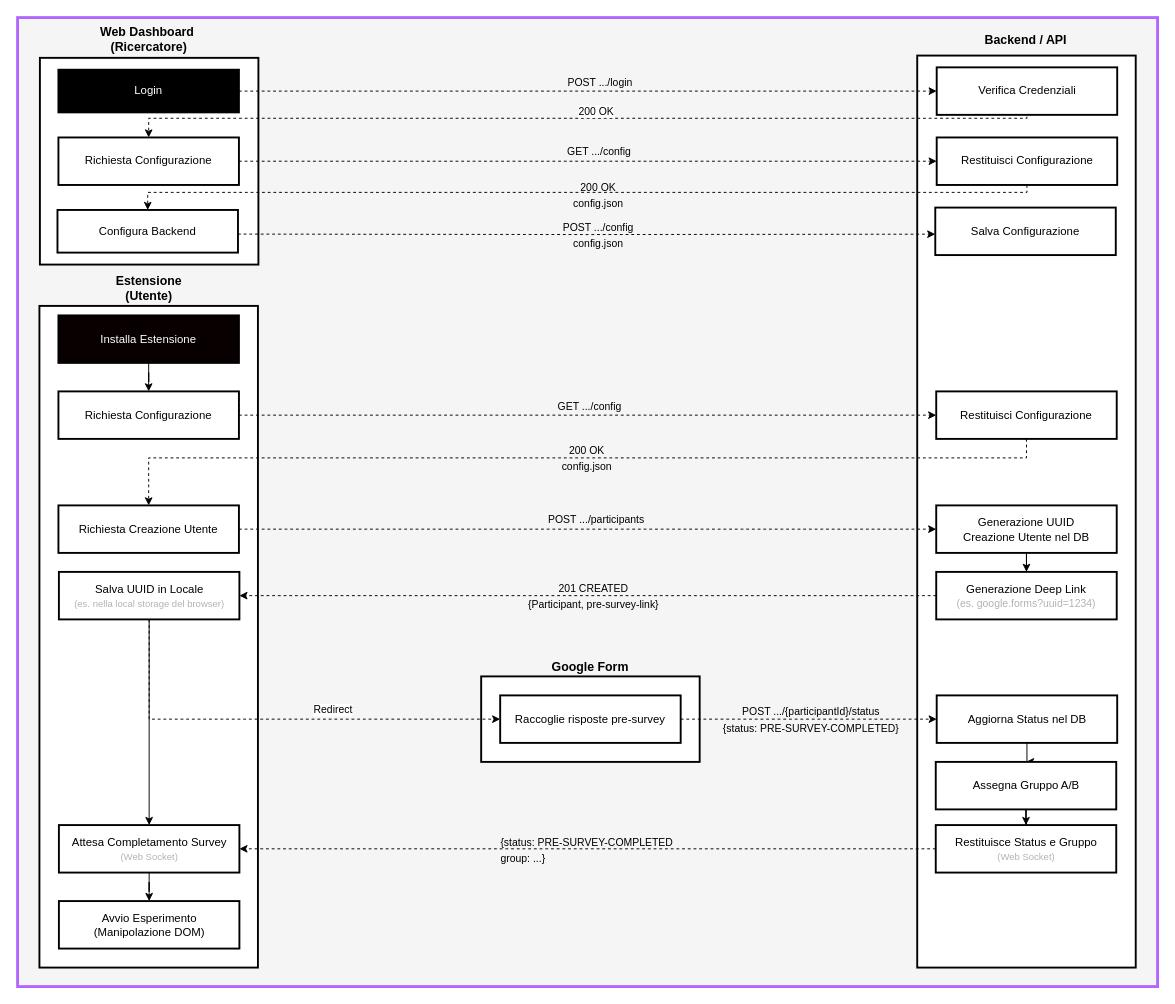
Above: diagrams/enrollment_flow.drawio in giamm025/iBEARer (draw.io), before the change. Source tidied: cells renumbered, new cells numbered last; positions are measured from the earlier drawing's top-left corner, leaving out a move shared by most shapes. Both pictures are drawn from the tidied source at 95%, with x=0, y=0 at pixel (17, 17).
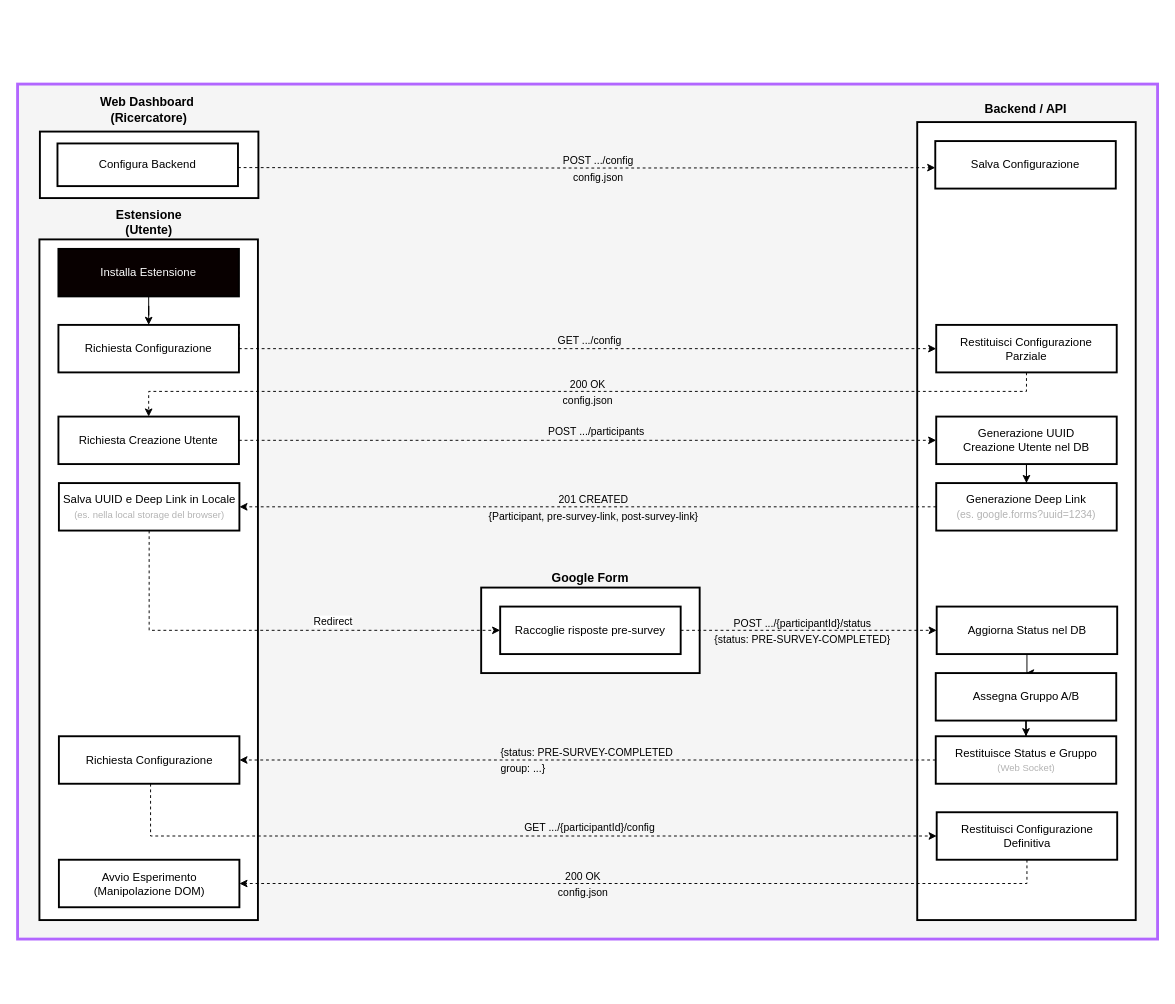
The same page after the edit.

Commit message (it also covers changes not shown here):
DIAG: Modificati leggermente i diagrammi

The edit, as a diff of the source:
```diff
@@
     <mxCell id="2" style="rounded=0;whiteSpace=wrap;html=1;fillColor=#f5f5f5;fontColor=#333333;strokeColor=#B266FF;strokeWidth=3;" parent="1" vertex="1">
-      <mxGeometry width="1200" height="1020" as="geometry" />
+      <mxGeometry y="70" width="1200" height="900" as="geometry" />
     </mxCell>
     <mxCell id="3" style="whiteSpace=wrap;strokeWidth=2;" parent="1" vertex="1">
-      <mxGeometry x="23.5" y="42.4" width="230" height="217.6" as="geometry" />
+      <mxGeometry x="23.5" y="120" width="230" height="70" as="geometry" />
     </mxCell>
     <mxCell id="4" value="&lt;font style=&quot;font-size: 13px;&quot;&gt;&lt;b&gt;Web Dashboard&amp;nbsp;&lt;br&gt;(Ricercatore)&lt;/b&gt;&lt;/font&gt;" style="text;html=1;whiteSpace=wrap;strokeColor=none;fillColor=none;align=center;verticalAlign=middle;rounded=0;" parent="1" vertex="1">
-      <mxGeometry x="65.5" y="10" width="145" height="26.9" as="geometry" />
+      <mxGeometry x="65.5" y="83.1" width="145" height="26.9" as="geometry" />
     </mxCell>
     <mxCell id="5" value="Configura Backend" style="whiteSpace=wrap;strokeWidth=2;" parent="1" vertex="1">
-      <mxGeometry x="42" y="202.5" width="190" height="44.9" as="geometry" />
+      <mxGeometry x="42" y="132.5" width="190" height="44.9" as="geometry" />
     </mxCell>
     <mxCell id="6" style="whiteSpace=wrap;strokeWidth=2;" parent="1" vertex="1">
-      <mxGeometry x="947" y="40" width="230" height="960" as="geometry" />
+      <mxGeometry x="947" y="110" width="230" height="840" as="geometry" />
     </mxCell>
@@
     <mxCell id="9" value="Aggiorna Status nel DB" style="whiteSpace=wrap;strokeWidth=2;" parent="1" vertex="1">
-      <mxGeometry x="967.5" y="713.5" width="190" height="50" as="geometry" />
+      <mxGeometry x="967.5" y="620" width="190" height="50" as="geometry" />
     </mxCell>
-    <mxCell id="10" value="Restituisci Configurazione" style="whiteSpace=wrap;strokeWidth=2;" parent="1" vertex="1">
-      <mxGeometry x="967" y="393.5" width="190" height="50" as="geometry" />
+    <mxCell id="10" value="Restituisci Configurazione&#10;Parziale" style="whiteSpace=wrap;strokeWidth=2;" parent="1" vertex="1">
+      <mxGeometry x="967" y="323.5" width="190" height="50" as="geometry" />
     </mxCell>
     <mxCell id="11" value="&lt;font style=&quot;font-size: 13px;&quot;&gt;&lt;b&gt;Backend / API&lt;/b&gt;&lt;/font&gt;" style="text;html=1;whiteSpace=wrap;strokeColor=none;fillColor=none;align=center;verticalAlign=middle;rounded=0;" parent="1" vertex="1">
-      <mxGeometry x="1012.8" y="10" width="96.5" height="25.4" as="geometry" />
+      <mxGeometry x="1012.8" y="83.1" width="96.5" height="25.4" as="geometry" />
     </mxCell>
     <mxCell id="12" value="Salva Configurazione" style="whiteSpace=wrap;strokeWidth=2;" parent="1" vertex="1">
-      <mxGeometry x="966" y="200" width="190" height="50" as="geometry" />
+      <mxGeometry x="966" y="130" width="190" height="50" as="geometry" />
     </mxCell>
     <mxCell id="13" style="whiteSpace=wrap;strokeWidth=2;" parent="1" vertex="1">
-      <mxGeometry x="23" y="303.5" width="230" height="696.5" as="geometry" />
+      <mxGeometry x="23" y="233.5" width="230" height="716.5" as="geometry" />
     </mxCell>
@@
     <mxCell id="15" value="Installa Estensione" style="whiteSpace=wrap;strokeWidth=2;fillColor=#080000;fontColor=#FFFFFF;" parent="1" vertex="1">
-      <mxGeometry x="43" y="313.5" width="190" height="50" as="geometry" />
+      <mxGeometry x="43" y="243.5" width="190" height="50" as="geometry" />
     </mxCell>
     <mxCell id="16" value="&lt;b&gt;&lt;font style=&quot;font-size: 13px;&quot;&gt;Estensione &lt;br&gt;(Utente)&lt;/font&gt;&lt;/b&gt;" style="text;html=1;whiteSpace=wrap;strokeColor=none;fillColor=none;align=center;verticalAlign=middle;rounded=0;" parent="1" vertex="1">
-      <mxGeometry x="65.5" y="270" width="145" height="30" as="geometry" />
+      <mxGeometry x="65.5" y="200" width="145" height="30" as="geometry" />
     </mxCell>
     <mxCell id="17" value="Richiesta Configurazione" style="whiteSpace=wrap;strokeWidth=2;" parent="1" vertex="1">
-      <mxGeometry x="43" y="393.5" width="190" height="50" as="geometry" />
+      <mxGeometry x="43" y="323.5" width="190" height="50" as="geometry" />
     </mxCell>
-    <mxCell id="18" style="edgeStyle=orthogonalEdgeStyle;rounded=0;jettySize=auto;html=1;entryX=0.5;entryY=0;entryDx=0;entryDy=0;exitX=0.5;exitY=1;exitDx=0;exitDy=0;" parent="1" edge="1" source="19" target="21">
-      <mxGeometry relative="1" as="geometry" />
-    </mxCell>
-    <mxCell id="19" value="Salva UUID in Locale&lt;br&gt;&lt;font style=&quot;font-size: 10px; color: rgb(179, 179, 179);&quot;&gt;(es. nella local storage del browser)&lt;/font&gt;" style="whiteSpace=wrap;strokeWidth=2;html=1;" parent="1" vertex="1">
-      <mxGeometry x="43.5" y="583.5" width="190" height="50" as="geometry" />
+    <mxCell id="19" value="Salva UUID e Deep Link in Locale&lt;br&gt;&lt;font style=&quot;font-size: 10px; color: rgb(179, 179, 179);&quot;&gt;(es. nella local storage del browser)&lt;/font&gt;" style="whiteSpace=wrap;strokeWidth=2;html=1;" parent="1" vertex="1">
+      <mxGeometry x="43.5" y="490" width="190" height="50" as="geometry" />
     </mxCell>
-    <mxCell id="20" style="edgeStyle=orthogonalEdgeStyle;rounded=0;jettySize=auto;html=1;entryX=0.5;entryY=0;entryDx=0;entryDy=0;" parent="1" edge="1" source="21" target="22">
-      <mxGeometry relative="1" as="geometry" />
-    </mxCell>
-    <mxCell id="21" value="Attesa Completamento Survey&lt;br&gt;&lt;font style=&quot;font-size: 10px; color: rgb(179, 179, 179);&quot;&gt;(Web Socket)&lt;/font&gt;" style="whiteSpace=wrap;strokeWidth=2;html=1;" parent="1" vertex="1">
-      <mxGeometry x="43.5" y="850" width="190" height="50" as="geometry" />
+    <mxCell id="21" value="Richiesta Configurazione" style="whiteSpace=wrap;strokeWidth=2;html=1;" parent="1" vertex="1">
+      <mxGeometry x="43.5" y="756.5" width="190" height="50" as="geometry" />
     </mxCell>
     <mxCell id="22" value="Avvio Esperimento&#10;(Manipolazione DOM)" style="whiteSpace=wrap;strokeWidth=2;" parent="1" vertex="1">
-      <mxGeometry x="43.5" y="930" width="190" height="50" as="geometry" />
+      <mxGeometry x="43.5" y="886.5" width="190" height="50" as="geometry" />
     </mxCell>
     <mxCell id="23" style="whiteSpace=wrap;strokeWidth=2;" parent="1" vertex="1">
-      <mxGeometry x="488" y="693.5" width="230" height="90" as="geometry" />
+      <mxGeometry x="488" y="600" width="230" height="90" as="geometry" />
     </mxCell>
     <mxCell id="24" value="&lt;span style=&quot;color: rgb(0, 0, 0); font-family: Helvetica; font-style: normal; font-variant-ligatures: normal; font-variant-caps: normal; letter-spacing: normal; orphans: 2; text-align: center; text-indent: 0px; text-transform: none; widows: 2; word-spacing: 0px; -webkit-text-stroke-width: 0px; white-space: normal; text-decoration-thickness: initial; text-decoration-style: initial; text-decoration-color: initial; float: none; display: inline !important;&quot;&gt;&lt;b style=&quot;&quot;&gt;&lt;font style=&quot;font-size: 13px;&quot;&gt;Google Form&lt;/font&gt;&lt;/b&gt;&lt;/span&gt;" style="text;html=1;whiteSpace=wrap;strokeColor=none;fillColor=none;align=center;verticalAlign=middle;rounded=0;labelBackgroundColor=none;" parent="1" vertex="1">
-      <mxGeometry x="549.2" y="670.1" width="107.6" height="26.5" as="geometry" />
+      <mxGeometry x="549.2" y="576.5" width="107.6" height="26.5" as="geometry" />
     </mxCell>
@@
     <mxCell id="26" value="Raccoglie risposte pre-survey" style="whiteSpace=wrap;strokeWidth=2;" parent="1" vertex="1">
-      <mxGeometry x="508" y="713.5" width="190" height="50" as="geometry" />
+      <mxGeometry x="508" y="620" width="190" height="50" as="geometry" />
     </mxCell>
     <mxCell id="27" style="edgeStyle=orthogonalEdgeStyle;rounded=0;jettySize=auto;html=1;entryX=0;entryY=0.5;entryDx=0;entryDy=0;exitX=0.5;exitY=1;exitDx=0;exitDy=0;dashed=1;" parent="1" edge="1" source="19" target="26">
       <mxGeometry relative="1" as="geometry">
         <Array as="points">
-          <mxPoint x="139" y="738.5" />
+          <mxPoint x="139" y="645" />
         </Array>
       </mxGeometry>
     </mxCell>
@@
     <mxCell id="29" style="edgeStyle=orthogonalEdgeStyle;rounded=0;jettySize=auto;html=1;entryX=0;entryY=0.5;entryDx=0;entryDy=0;dashed=1;" parent="1" edge="1" target="10">
       <mxGeometry relative="1" as="geometry">
-        <mxPoint x="233" y="394.5" as="sourcePoint" />
+        <mxPoint x="233" y="324.5" as="sourcePoint" />
         <Array as="points">
-          <mxPoint x="233" y="418.5" />
+          <mxPoint x="233" y="348.5" />
         </Array>
       </mxGeometry>
     </mxCell>
@@
     <mxCell id="31" style="edgeStyle=orthogonalEdgeStyle;rounded=0;jettySize=auto;html=1;entryX=0.5;entryY=0;entryDx=0;entryDy=0;dashed=1;" parent="1" edge="1" source="10" target="35">
       <mxGeometry relative="1" as="geometry">
         <Array as="points">
-          <mxPoint x="1062" y="463.5" />
-          <mxPoint x="138" y="463.5" />
+          <mxPoint x="1062" y="393.5" />
+          <mxPoint x="138" y="393.5" />
         </Array>
       </mxGeometry>
     </mxCell>
     <mxCell id="32" value="&lt;div style=&quot;line-height: 150%;&quot;&gt;200 OK&lt;br&gt;config.json&lt;/div&gt;" style="edgeLabel;html=1;align=center;verticalAlign=middle;labelBackgroundColor=none;" parent="31" vertex="1">
       <mxGeometry x="0.8" y="-1" relative="1" as="geometry">
-        <mxPoint x="411" y="1" as="offset" />
+        <mxPoint x="390" y="1" as="offset" />
       </mxGeometry>
     </mxCell>
@@
     <mxCell id="35" value="Richiesta Creazione Utente" style="whiteSpace=wrap;strokeWidth=2;" parent="1" vertex="1">
-      <mxGeometry x="43" y="513.5" width="190" height="50" as="geometry" />
+      <mxGeometry x="43" y="420" width="190" height="50" as="geometry" />
     </mxCell>
     <mxCell id="36" style="edgeStyle=orthogonalEdgeStyle;rounded=0;jettySize=auto;html=1;entryX=1;entryY=0.5;entryDx=0;entryDy=0;exitX=0;exitY=0.5;exitDx=0;exitDy=0;dashed=1;" parent="1" edge="1" source="40" target="19">
       <mxGeometry relative="1" as="geometry">
         <Array as="points">
-          <mxPoint x="953" y="608.5" />
-          <mxPoint x="953" y="608.5" />
+          <mxPoint x="953" y="515" />
+          <mxPoint x="953" y="515" />
         </Array>
       </mxGeometry>
     </mxCell>
@@
     <mxCell id="38" value="Generazione UUID&#10;Creazione Utente nel DB" style="whiteSpace=wrap;strokeWidth=2;" parent="1" vertex="1">
-      <mxGeometry x="967" y="513.5" width="190" height="50" as="geometry" />
+      <mxGeometry x="967" y="420" width="190" height="50" as="geometry" />
     </mxCell>
-    <mxCell id="39" value="&lt;div style=&quot;line-height: 150%;&quot;&gt;201 CREATED&lt;br&gt;{Participant, pre-survey-link}&lt;/div&gt;" style="edgeLabel;html=1;align=center;verticalAlign=middle;labelBackgroundColor=none;" parent="1" vertex="1">
-      <mxGeometry x="610" y="608.5" as="geometry">
+    <mxCell id="39" value="&lt;div style=&quot;line-height: 150%;&quot;&gt;201 CREATED&lt;br&gt;{Participant, pre-survey-link, post-survey-link}&lt;/div&gt;" style="edgeLabel;html=1;align=center;verticalAlign=middle;labelBackgroundColor=none;" parent="1" vertex="1">
+      <mxGeometry x="610" y="515" as="geometry">
         <mxPoint x="-5" as="offset" />
       </mxGeometry>
     </mxCell>
     <mxCell id="40" value="Generazione Deep Link&lt;br&gt;&lt;font style=&quot;color: rgb(179, 179, 179); font-size: 11px;&quot;&gt;(es. google.forms?uuid=1234)&lt;/font&gt;" style="whiteSpace=wrap;strokeWidth=2;html=1;" parent="1" vertex="1">
-      <mxGeometry x="967" y="583.5" width="190" height="50" as="geometry" />
+      <mxGeometry x="967" y="490" width="190" height="50" as="geometry" />
     </mxCell>
     <mxCell id="41" value="&lt;div style=&quot;line-height: 150%;&quot;&gt;POST .../{participantId}/status&lt;br&gt;{status: PRE-SURVEY-COMPLETED}&lt;/div&gt;" style="edgeLabel;html=1;align=center;verticalAlign=middle;labelBackgroundColor=none;" parent="1" vertex="1">
-      <mxGeometry x="839.5" y="738.5" as="geometry">
+      <mxGeometry x="830" y="645" as="geometry">
         <mxPoint x="-5" as="offset" />
       </mxGeometry>
     </mxCell>
@@
     <mxCell id="43" value="Restituisce Status e Gruppo&lt;br&gt;&lt;font style=&quot;font-size: 10px; color: rgb(179, 179, 179);&quot;&gt;(Web Socket)&lt;/font&gt;" style="whiteSpace=wrap;strokeWidth=2;html=1;" parent="1" vertex="1">
-      <mxGeometry x="966.5" y="850" width="190" height="50" as="geometry" />
+      <mxGeometry x="966.5" y="756.5" width="190" height="50" as="geometry" />
     </mxCell>
     <mxCell id="44" value="Assegna Gruppo A/B" style="whiteSpace=wrap;strokeWidth=2;" parent="1" vertex="1">
-      <mxGeometry x="966.5" y="783.5" width="190" height="50" as="geometry" />
+      <mxGeometry x="966.5" y="690" width="190" height="50" as="geometry" />
     </mxCell>
     <mxCell id="45" value="&lt;div style=&quot;line-height: 150%;&quot;&gt;&lt;div style=&quot;text-align: left;&quot;&gt;{status: PRE-SURVEY-COMPLETED&lt;/div&gt;&lt;div style=&quot;text-align: left;&quot;&gt;group: ...}&lt;/div&gt;&lt;/div&gt;" style="edgeLabel;html=1;align=center;verticalAlign=middle;labelBackgroundColor=none;" parent="1" vertex="1">
-      <mxGeometry x="603" y="879" as="geometry">
+      <mxGeometry x="603" y="785.5" as="geometry">
         <mxPoint x="-5" y="-4" as="offset" />
       </mxGeometry>
     </mxCell>
-    <mxCell id="46" style="edgeStyle=orthogonalEdgeStyle;rounded=0;jettySize=auto;html=1;entryX=0;entryY=0.5;entryDx=0;entryDy=0;dashed=1;" parent="1" edge="1" source="48" target="51">
-      <mxGeometry relative="1" as="geometry" />
-    </mxCell>
-    <mxCell id="47" value="POST .../login" style="edgeLabel;html=1;align=center;verticalAlign=middle;labelBackgroundColor=none;" parent="46" vertex="1">
-      <mxGeometry x="-0.05" y="-1" relative="1" as="geometry">
-        <mxPoint x="30" y="-10" as="offset" />
-      </mxGeometry>
-    </mxCell>
-    <mxCell id="48" value="Login" style="whiteSpace=wrap;strokeWidth=2;fillColor=#000000;fontColor=#FFFFFF;" parent="1" vertex="1">
-      <mxGeometry x="43" y="54.9" width="190" height="44.9" as="geometry" />
-    </mxCell>
-    <mxCell id="49" style="edgeStyle=orthogonalEdgeStyle;rounded=0;jettySize=auto;html=1;entryX=0.5;entryY=0;entryDx=0;entryDy=0;dashed=1;" parent="1" edge="1" target="56">
-      <mxGeometry relative="1" as="geometry">
-        <mxPoint x="1062.5" y="98.4" as="sourcePoint" />
-        <Array as="points">
-          <mxPoint x="1062" y="106" />
-          <mxPoint x="138" y="106" />
-        </Array>
-      </mxGeometry>
-    </mxCell>
-    <mxCell id="50" value="200 OK" style="edgeLabel;html=1;align=center;verticalAlign=middle;fontFamily=Helvetica;fontSize=11;fontColor=default;labelBackgroundColor=default;" parent="49" vertex="1">
-      <mxGeometry x="-0.03" relative="1" as="geometry">
-        <mxPoint y="-8" as="offset" />
-      </mxGeometry>
-    </mxCell>
-    <mxCell id="51" value="Verifica Credenziali" style="whiteSpace=wrap;strokeWidth=2;" parent="1" vertex="1">
-      <mxGeometry x="967.5" y="52.4" width="190" height="50" as="geometry" />
-    </mxCell>
     <mxCell id="52" style="edgeStyle=orthogonalEdgeStyle;rounded=0;orthogonalLoop=1;jettySize=auto;html=1;entryX=0;entryY=0.5;entryDx=0;entryDy=0;dashed=1;" parent="1" edge="1">
       <mxGeometry relative="1" as="geometry">
-        <mxPoint x="232" y="227.9" as="sourcePoint" />
-        <mxPoint x="966" y="228" as="targetPoint" />
+        <mxPoint x="232" y="157.9" as="sourcePoint" />
+        <mxPoint x="966" y="158" as="targetPoint" />
       </mxGeometry>
     </mxCell>
@@
-    <mxCell id="54" style="edgeStyle=orthogonalEdgeStyle;shape=connector;rounded=0;jettySize=auto;html=1;entryX=0;entryY=0.5;entryDx=0;entryDy=0;dashed=1;strokeColor=default;align=center;verticalAlign=middle;fontFamily=Helvetica;fontSize=11;fontColor=default;labelBackgroundColor=default;endArrow=classic;" parent="1" edge="1" source="56" target="58">
-      <mxGeometry relative="1" as="geometry" />
-    </mxCell>
-    <mxCell id="55" value="GET .../config" style="edgeLabel;html=1;align=center;verticalAlign=middle;fontFamily=Helvetica;fontSize=11;fontColor=default;labelBackgroundColor=none;" parent="54" vertex="1">
-      <mxGeometry x="0.03" relative="1" as="geometry">
-        <mxPoint y="-11" as="offset" />
-      </mxGeometry>
-    </mxCell>
-    <mxCell id="56" value="Richiesta Configurazione" style="whiteSpace=wrap;strokeWidth=2;" parent="1" vertex="1">
-      <mxGeometry x="43" y="126.2" width="190" height="50" as="geometry" />
-    </mxCell>
-    <mxCell id="57" style="edgeStyle=orthogonalEdgeStyle;shape=connector;rounded=0;jettySize=auto;html=1;entryX=0.5;entryY=0;entryDx=0;entryDy=0;dashed=1;strokeColor=default;align=center;verticalAlign=middle;fontFamily=Helvetica;fontSize=11;fontColor=default;labelBackgroundColor=default;endArrow=classic;" parent="1" edge="1" target="5">
-      <mxGeometry relative="1" as="geometry">
-        <mxPoint x="1062.5" y="170.2" as="sourcePoint" />
-        <Array as="points">
-          <mxPoint x="1062" y="184" />
-          <mxPoint x="137" y="184" />
-        </Array>
-      </mxGeometry>
-    </mxCell>
-    <mxCell id="58" value="Restituisci Configurazione" style="whiteSpace=wrap;strokeWidth=2;" parent="1" vertex="1">
-      <mxGeometry x="967.5" y="126.2" width="190" height="50" as="geometry" />
-    </mxCell>
+    <mxCell id="60" style="edgeStyle=orthogonalEdgeStyle;rounded=0;jettySize=auto;html=1;entryX=1;entryY=0.5;entryDx=0;entryDy=0;dashed=1;" parent="1" edge="1" source="61" target="22">
+      <mxGeometry relative="1" as="geometry">
+        <Array as="points">
+          <mxPoint x="1062" y="911.5" />
+        </Array>
+      </mxGeometry>
+    </mxCell>
+    <mxCell id="61" value="Restituisci Configurazione&#10;Definitiva" style="whiteSpace=wrap;strokeWidth=2;" parent="1" vertex="1">
+      <mxGeometry x="967.5" y="836.5" width="190" height="50" as="geometry" />
+    </mxCell>
+    <mxCell id="62" style="edgeStyle=orthogonalEdgeStyle;rounded=0;jettySize=auto;html=1;entryX=0;entryY=0.5;entryDx=0;entryDy=0;dashed=1;" parent="1" edge="1" target="61">
+      <mxGeometry relative="1" as="geometry">
+        <mxPoint x="140" y="806.5" as="sourcePoint" />
+        <Array as="points">
+          <mxPoint x="140" y="861.5" />
+        </Array>
+      </mxGeometry>
+    </mxCell>
+    <mxCell id="63" value="GET .../{participantId}/config" style="edgeLabel;html=1;align=center;verticalAlign=middle;labelBackgroundColor=none;" parent="62" vertex="1">
+      <mxGeometry x="0.57" relative="1" as="geometry">
+        <mxPoint x="-177" y="-9" as="offset" />
+      </mxGeometry>
+    </mxCell>
-    <mxCell id="59" value="&lt;div style=&quot;line-height: 150%;&quot;&gt;200 OK&lt;div&gt;config.json&lt;/div&gt;&lt;/div&gt;" style="edgeLabel;html=1;align=center;verticalAlign=middle;labelBackgroundColor=none;" parent="1" vertex="1">
-      <mxGeometry x="610" y="186" as="geometry" />
+    <mxCell id="59" value="&lt;div style=&quot;line-height: 150%;&quot;&gt;200 OK&lt;br&gt;config.json&lt;/div&gt;" style="edgeLabel;html=1;align=center;verticalAlign=middle;labelBackgroundColor=none;" parent="1" vertex="1">
+      <mxGeometry x="594" y="911.5" as="geometry" />
     </mxCell>
```
